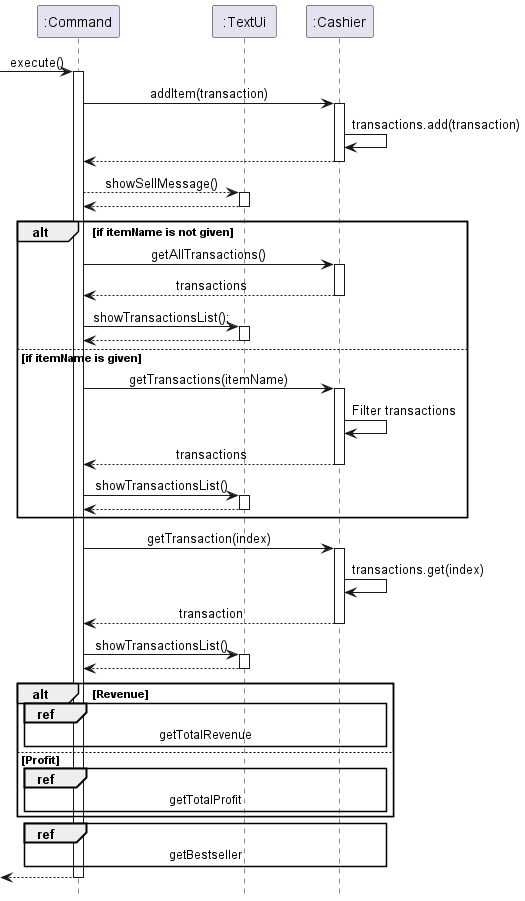
Before: docs/Diagrams/Images/Cashier/CashierSequenceDiagram.png, a diagram exported from PlantUML (LowTL/tp).
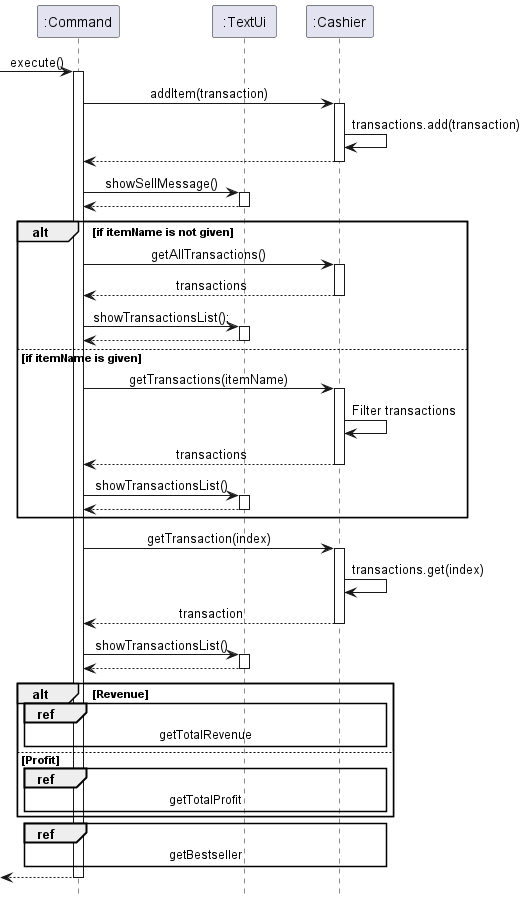
After the change.

What changed in the source:
```diff
@@ -10,7 +10,7 @@
 activate Cashier
 Cashier -> Cashier: transactions.add(transaction)
 return
-Command --> TextUi: showSellMessage()
+Command -> TextUi: showSellMessage()
 activate TextUi
 return
 alt if itemName is not given
```
